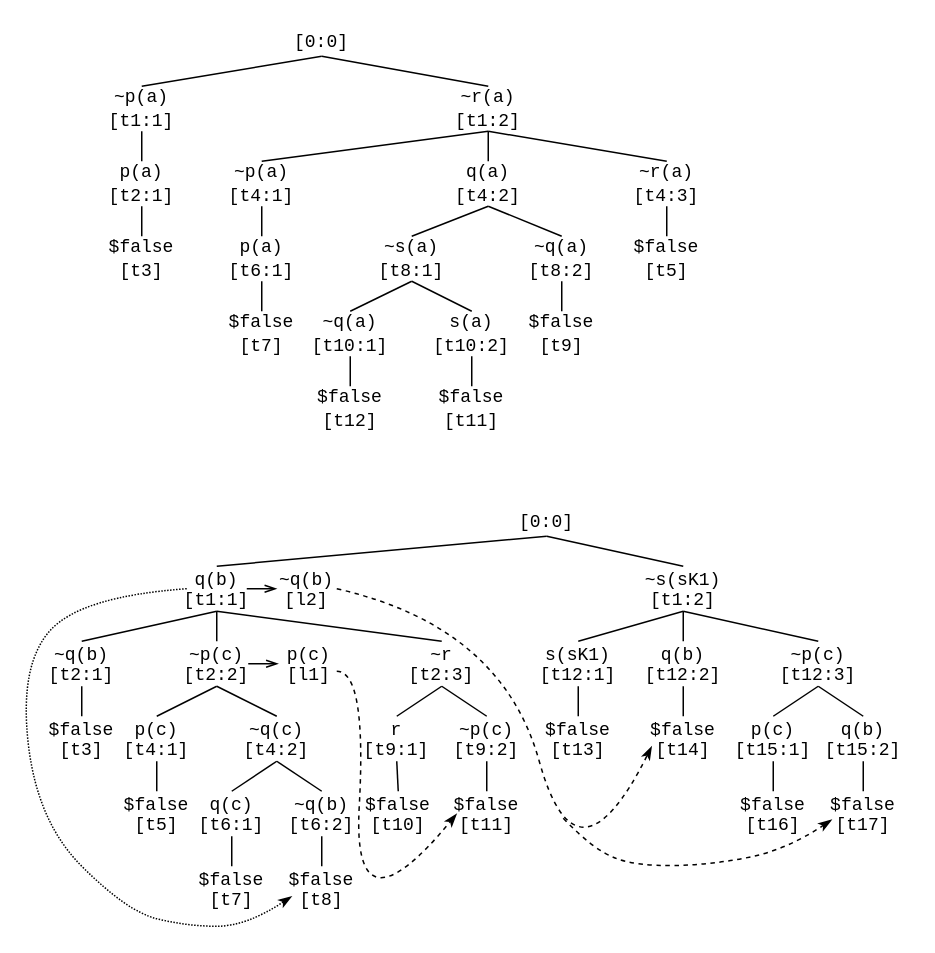
The draw.io diagram Tableau.drawio in GeoffsPapers/TPTPTableauFormat, before the edit. Source tidied: cells renumbered, new cells numbered last; positions are measured from the earlier drawing's top-left corner, leaving out a move shared by most shapes. Both pictures are drawn from the tidied source at 150%, with x=0, y=0 at pixel (18, 26).
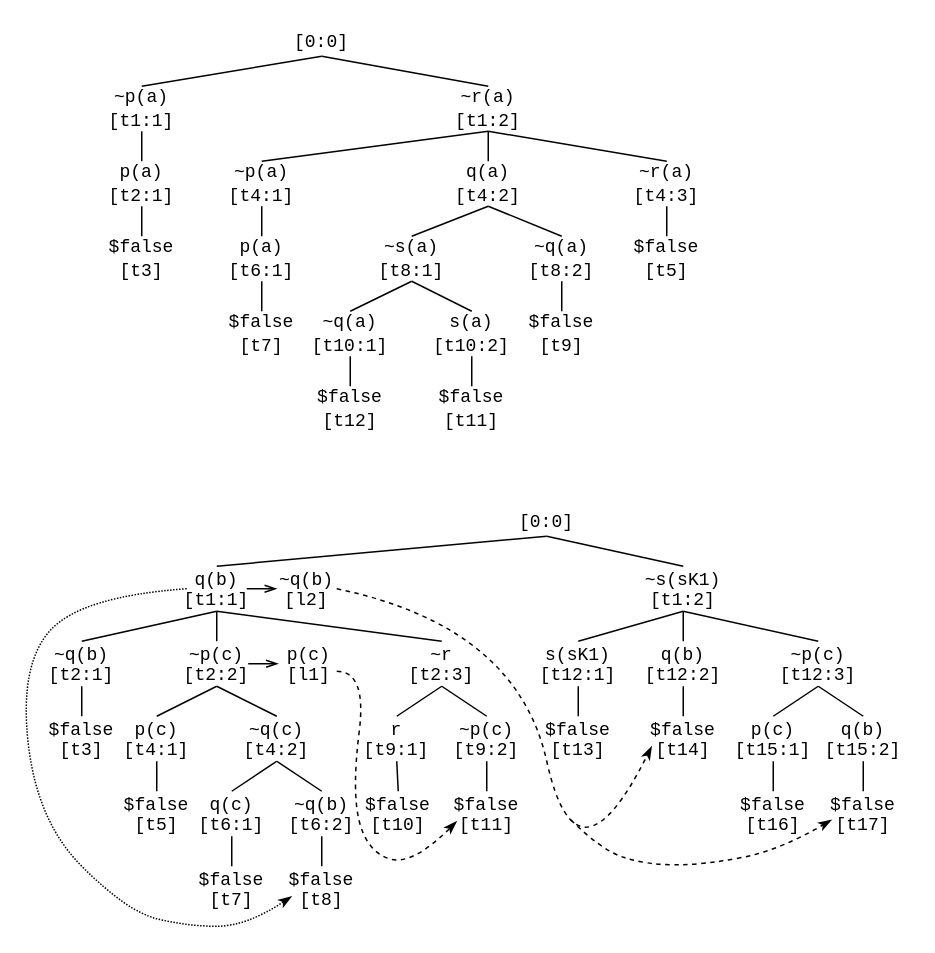
Above is the later version.

The change refers to these unchanged cells:
```xml
<mxCell id="69" value="&lt;div style=&quot;line-height: 100%;&quot;&gt;&lt;font face=&quot;Courier New&quot;&gt;$false&lt;/font&gt;&lt;br&gt;&lt;div&gt;&lt;span style=&quot;font-family: &amp;quot;Courier New&amp;quot;; background-color: transparent; color: light-dark(rgb(0, 0, 0), rgb(255, 255, 255));&quot;&gt;[t11]&lt;/span&gt;&lt;/div&gt;&lt;/div&gt;" style="text;strokeColor=none;align=center;fillColor=none;html=1;verticalAlign=middle;whiteSpace=wrap;rounded=0;" parent="1" vertex="1">
  <mxGeometry x="282" y="510" width="60" height="30" as="geometry" />
</mxCell>
<mxCell id="71" value="&lt;div style=&quot;line-height: 100%;&quot;&gt;&lt;span style=&quot;background-color: transparent; color: light-dark(rgb(0, 0, 0), rgb(255, 255, 255)); font-family: &amp;quot;Courier New&amp;quot;;&quot;&gt;~q(b)&lt;/span&gt;&lt;/div&gt;&lt;div style=&quot;line-height: 100%;&quot;&gt;&lt;span style=&quot;font-family: &amp;quot;Courier New&amp;quot;; background-color: transparent; color: light-dark(rgb(0, 0, 0), rgb(255, 255, 255));&quot;&gt;[l2]&lt;/span&gt;&lt;/div&gt;" style="text;strokeColor=none;align=center;fillColor=none;html=1;verticalAlign=middle;whiteSpace=wrap;rounded=0;spacing=2;" parent="1" vertex="1">
  <mxGeometry x="172" y="360" width="40" height="30" as="geometry" />
</mxCell>
<mxCell id="79" value="&lt;div style=&quot;line-height: 100%;&quot;&gt;&lt;font face=&quot;Courier New&quot;&gt;$false&lt;/font&gt;&lt;br&gt;&lt;div&gt;&lt;span style=&quot;font-family: &amp;quot;Courier New&amp;quot;; background-color: transparent; color: light-dark(rgb(0, 0, 0), rgb(255, 255, 255));&quot;&gt;[t14]&lt;/span&gt;&lt;/div&gt;&lt;/div&gt;" style="text;strokeColor=none;align=center;fillColor=none;html=1;verticalAlign=middle;whiteSpace=wrap;rounded=0;" parent="1" vertex="1">
  <mxGeometry x="413" y="460" width="60" height="30" as="geometry" />
</mxCell>
```

The edit, as a diff of the source:
```diff
@@
     <mxCell id="94" style="endArrow=classicThin;html=1;rounded=0;exitX=1;exitY=0.5;exitDx=0;exitDy=0;entryX=0.15;entryY=0.667;entryDx=0;entryDy=0;dashed=1;endFill=1;curved=1;entryPerimeter=0;" parent="1" edge="1" source="71" target="79">
       <mxGeometry relative="1" as="geometry">
         <Array as="points">
-          <mxPoint x="322" y="400" />
+          <mxPoint x="332" y="400" />
           <mxPoint x="372" y="580" />
         </Array>
       </mxGeometry>
     </mxCell>
-    <mxCell id="95" style="curved=1;endArrow=classicThin;html=1;rounded=0;dashed=1;endFill=1;" parent="1" edge="1">
+    <mxCell id="95" style="curved=1;endArrow=classicThin;html=1;rounded=0;dashed=1;endFill=1;entryX=0.167;entryY=0.667;entryDx=0;entryDy=0;entryPerimeter=0;" parent="1" edge="1" target="69">
       <mxGeometry relative="1" as="geometry">
         <mxPoint x="212" y="430" as="sourcePoint" />
-        <mxPoint x="292" y="525" as="targetPoint" />
         <Array as="points">
           <mxPoint x="232" y="430" />
-          <mxPoint x="222" y="610" />
+          <mxPoint x="222" y="510" />
+          <mxPoint x="232" y="550" />
+          <mxPoint x="262" y="560" />
         </Array>
       </mxGeometry>
     </mxCell>
@@
-    <mxCell id="97" style="curved=1;endArrow=classicThin;html=1;rounded=0;dashed=1;entryX=0.15;entryY=0.667;entryDx=0;entryDy=0;entryPerimeter=0;endFill=1;" parent="1" edge="1">
+    <mxCell id="97" style="curved=1;endArrow=classicThin;html=1;rounded=0;dashed=1;endFill=1;" parent="1" edge="1">
       <mxGeometry relative="1" as="geometry">
-        <mxPoint x="363" y="528" as="sourcePoint" />
+        <mxPoint x="368" y="529" as="sourcePoint" />
         <mxPoint x="542" y="529" as="targetPoint" />
         <Array as="points">
-          <mxPoint x="383" y="549" />
-          <mxPoint x="412" y="560" />
-          <mxPoint x="462" y="559" />
-          <mxPoint x="512" y="549" />
+          <mxPoint x="388" y="549" />
+          <mxPoint x="418" y="559" />
+          <mxPoint x="458" y="559" />
+          <mxPoint x="508" y="549" />
         </Array>
       </mxGeometry>
     </mxCell>
```
